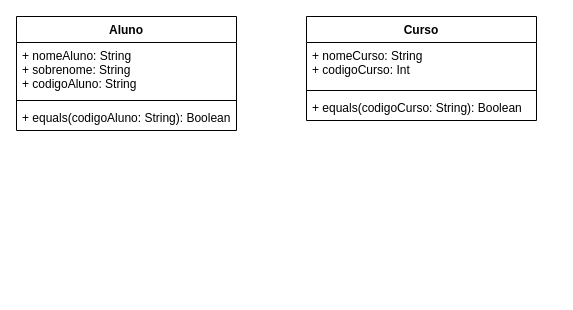
Before: DesafioKotlin_UML.drawio in marina-saito/DH_Desafio_Kotlin, a draw.io diagram. Source tidied: cells renumbered, new cells numbered last; positions are measured from the earlier drawing's top-left corner, leaving out a move shared by most shapes. Both pictures are drawn from the tidied source at 100%, with x=0, y=0 at pixel (16, 16).
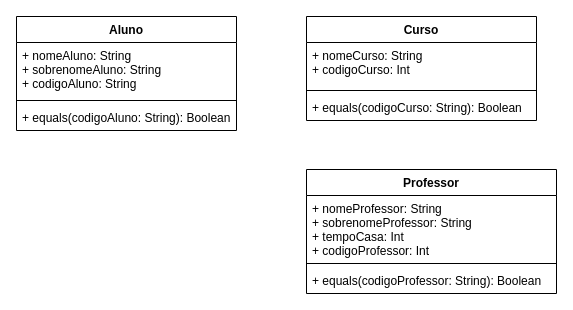
The same page after the edit.

Commit message (it also covers changes not shown here):
Parte C - Criação da classe Professor

Diff of the diagram source:
```diff
@@
 <mxGraphModel>
   <root>
     <mxCell id="0" />
     <mxCell id="1" parent="0" />
     <mxCell id="2" value="Aluno" style="swimlane;fontStyle=1;align=center;verticalAlign=top;horizontal=1;startSize=26;" parent="1" vertex="1">
       <mxGeometry width="220" height="114" as="geometry" />
     </mxCell>
-    <mxCell id="3" value="+ nomeAluno: String&#10;+ sobrenome: String&#10;+ codigoAluno: String" style="text;strokeColor=none;fillColor=none;align=left;verticalAlign=top;spacingLeft=4;spacingRight=4;overflow=hidden;" parent="2" vertex="1">
+    <mxCell id="3" value="+ nomeAluno: String&#10;+ sobrenomeAluno: String&#10;+ codigoAluno: String" style="text;strokeColor=none;fillColor=none;align=left;verticalAlign=top;spacingLeft=4;spacingRight=4;overflow=hidden;" parent="2" vertex="1">
       <mxGeometry y="26" width="220" height="54" as="geometry" />
     </mxCell>
     <mxCell id="4" style="line;strokeWidth=1;fillColor=none;align=left;verticalAlign=middle;spacingTop=-1;spacingLeft=3;spacingRight=3;labelPosition=right;" parent="2" vertex="1">
       <mxGeometry y="80" width="220" height="8" as="geometry" />
     </mxCell>
     <mxCell id="5" value="+ equals(codigoAluno: String): Boolean" style="text;strokeColor=none;fillColor=none;align=left;verticalAlign=top;spacingLeft=4;spacingRight=4;overflow=hidden;" parent="2" vertex="1">
       <mxGeometry y="88" width="220" height="26" as="geometry" />
     </mxCell>
     <mxCell id="6" value="Curso" style="swimlane;fontStyle=1;align=center;verticalAlign=top;horizontal=1;startSize=26;" parent="1" vertex="1">
       <mxGeometry x="290" width="230" height="104" as="geometry" />
     </mxCell>
     <mxCell id="7" value="+ nomeCurso: String&#10;+ codigoCurso: Int" style="text;strokeColor=none;fillColor=none;align=left;verticalAlign=top;spacingLeft=4;spacingRight=4;overflow=hidden;" parent="6" vertex="1">
       <mxGeometry y="26" width="230" height="44" as="geometry" />
     </mxCell>
     <mxCell id="8" style="line;strokeWidth=1;fillColor=none;align=left;verticalAlign=middle;spacingTop=-1;spacingLeft=3;spacingRight=3;labelPosition=right;" parent="6" vertex="1">
       <mxGeometry y="70" width="230" height="8" as="geometry" />
     </mxCell>
     <mxCell id="9" value="+ equals(codigoCurso: String): Boolean" style="text;strokeColor=none;fillColor=none;align=left;verticalAlign=top;spacingLeft=4;spacingRight=4;overflow=hidden;" parent="6" vertex="1">
       <mxGeometry y="78" width="230" height="26" as="geometry" />
     </mxCell>
+    <mxCell id="10" value="Professor" style="swimlane;fontStyle=1;align=center;verticalAlign=top;horizontal=1;startSize=26;" parent="1" vertex="1">
+      <mxGeometry x="290" y="153" width="250" height="124" as="geometry" />
+    </mxCell>
+    <mxCell id="11" value="+ nomeProfessor: String&#10;+ sobrenomeProfessor: String&#10;+ tempoCasa: Int&#10;+ codigoProfessor: Int" style="text;strokeColor=none;fillColor=none;align=left;verticalAlign=top;spacingLeft=4;spacingRight=4;overflow=hidden;" parent="10" vertex="1">
+      <mxGeometry y="26" width="250" height="64" as="geometry" />
+    </mxCell>
+    <mxCell id="12" style="line;strokeWidth=1;fillColor=none;align=left;verticalAlign=middle;spacingTop=-1;spacingLeft=3;spacingRight=3;labelPosition=right;" parent="10" vertex="1">
+      <mxGeometry y="90" width="250" height="8" as="geometry" />
+    </mxCell>
+    <mxCell id="13" value="+ equals(codigoProfessor: String): Boolean" style="text;strokeColor=none;fillColor=none;align=left;verticalAlign=top;spacingLeft=4;spacingRight=4;overflow=hidden;" parent="10" vertex="1">
+      <mxGeometry y="98" width="250" height="26" as="geometry" />
+    </mxCell>
   </root>
 </mxGraphModel>
```
